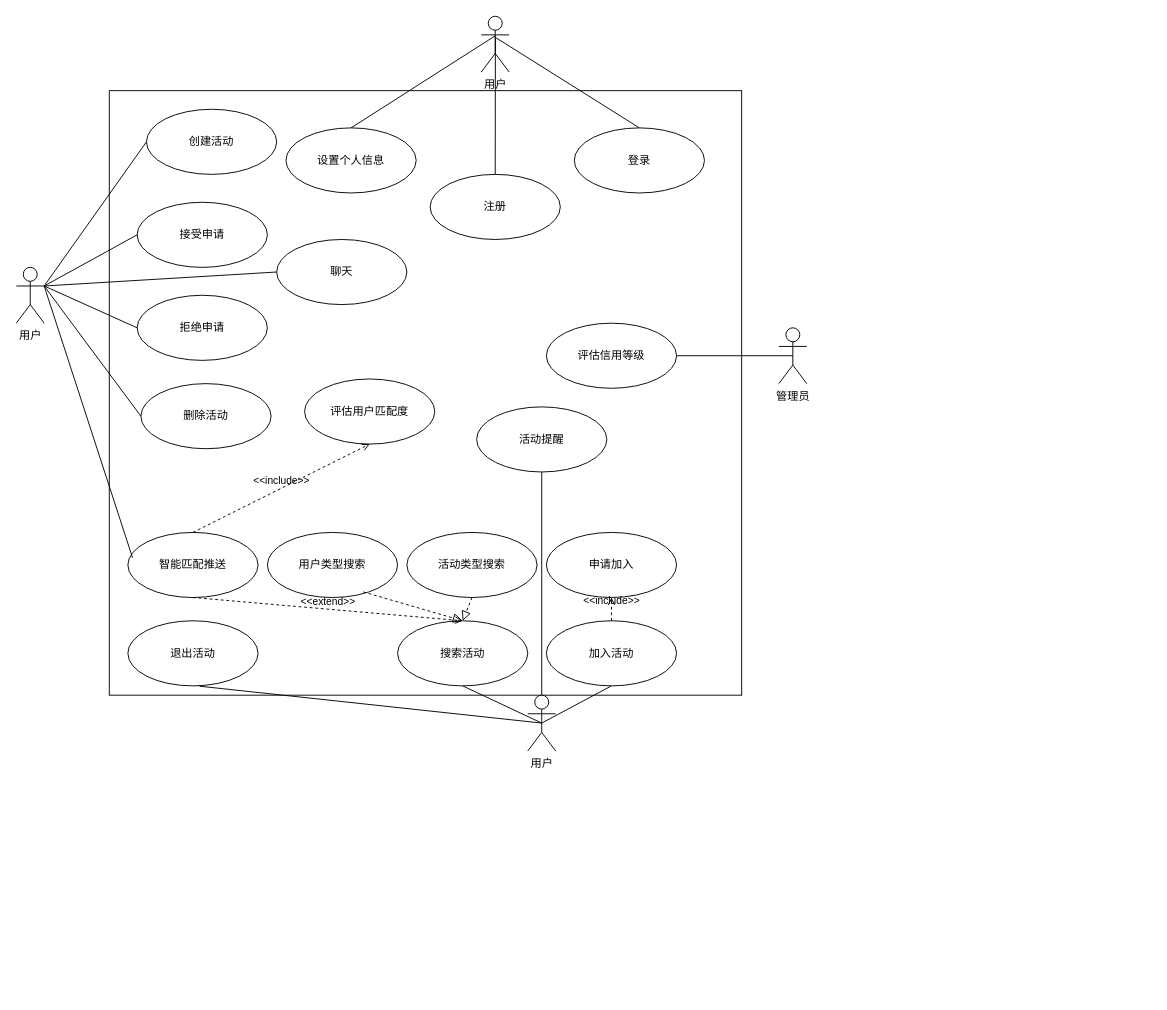
Above: docs/Soda_usecase.drawio in Yishanka/Soda (draw.io), before the change. Source tidied: cells renumbered, new cells numbered last; positions are measured from the earlier drawing's top-left corner, leaving out a move shared by most shapes. Both pictures are drawn from the tidied source at 93%, with x=0, y=0 at pixel (16, 16).
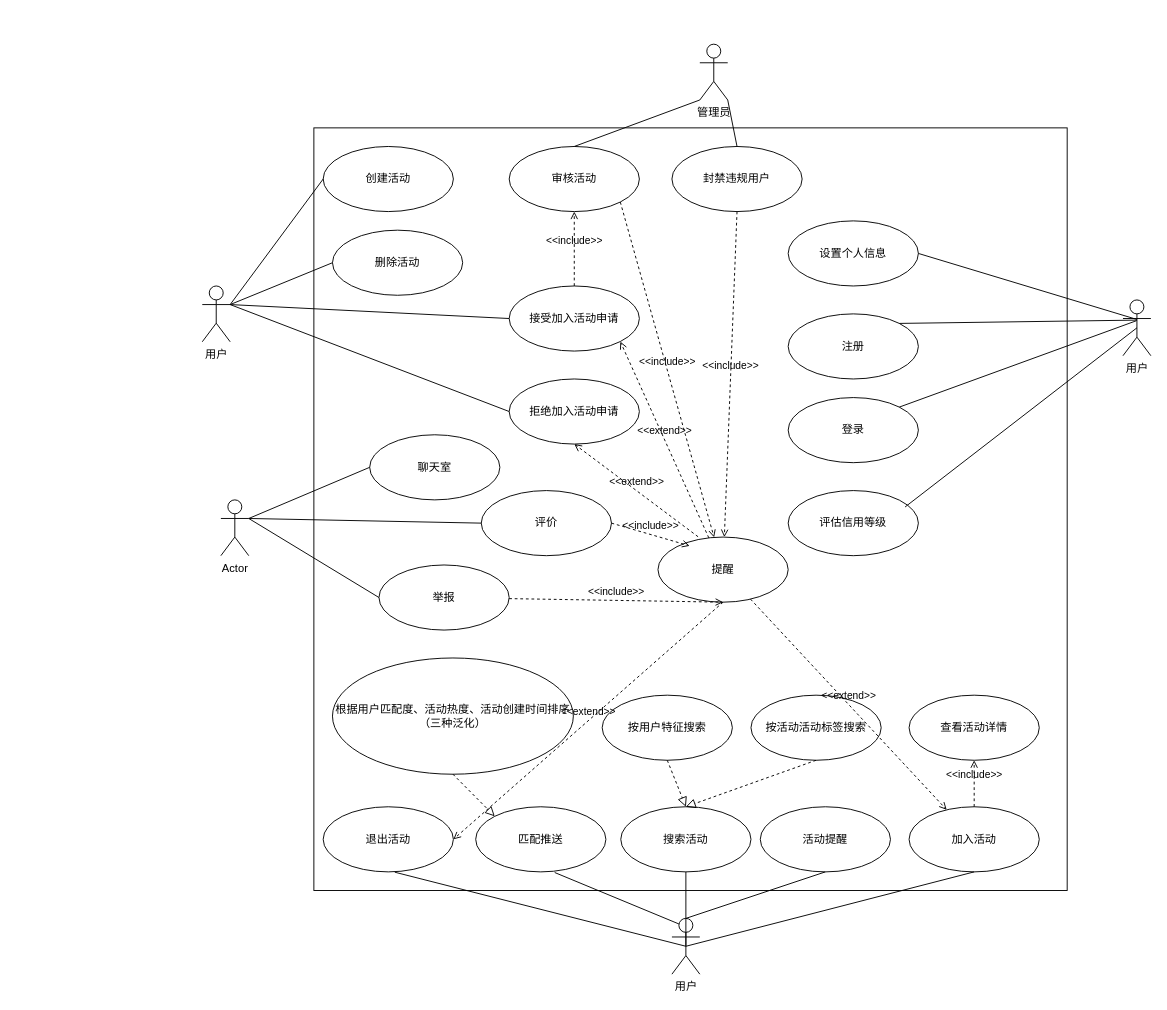
Above is the later version.

What changed in the source:
```diff
@@
     <mxCell id="2" style="html=1;whiteSpace=wrap;" parent="1" vertex="1">
-      <mxGeometry x="100" y="80" width="680" height="650" as="geometry" />
+      <mxGeometry x="320" y="120" width="810" height="820" as="geometry" />
     </mxCell>
     <mxCell id="3" value="用户" style="shape=umlActor;verticalLabelPosition=bottom;verticalAlign=top;html=1;" parent="1" vertex="1">
-      <mxGeometry x="500" width="30" height="60" as="geometry" />
+      <mxGeometry x="1190" y="305" width="30" height="60" as="geometry" />
     </mxCell>
     <mxCell id="4" value="登录" style="ellipse;whiteSpace=wrap;html=1;" parent="1" vertex="1">
-      <mxGeometry x="600" y="120" width="140" height="70" as="geometry" />
+      <mxGeometry x="830" y="410" width="140" height="70" as="geometry" />
     </mxCell>
     <mxCell id="5" value="加入活动" style="ellipse;whiteSpace=wrap;html=1;" parent="1" vertex="1">
-      <mxGeometry x="570" y="650" width="140" height="70" as="geometry" />
+      <mxGeometry x="960" y="850" width="140" height="70" as="geometry" />
     </mxCell>
     <mxCell id="6" value="创建活动" style="ellipse;whiteSpace=wrap;html=1;" parent="1" vertex="1">
-      <mxGeometry x="140" y="100" width="140" height="70" as="geometry" />
+      <mxGeometry x="330" y="140" width="140" height="70" as="geometry" />
     </mxCell>
     <mxCell id="7" value="评估信用等级" style="ellipse;whiteSpace=wrap;html=1;" parent="1" vertex="1">
-      <mxGeometry x="570" y="330" width="140" height="70" as="geometry" />
+      <mxGeometry x="830" y="510" width="140" height="70" as="geometry" />
     </mxCell>
-    <mxCell id="8" value="聊天" style="ellipse;whiteSpace=wrap;html=1;" parent="1" vertex="1">
-      <mxGeometry x="280" y="240" width="140" height="70" as="geometry" />
+    <mxCell id="8" value="聊天室" style="ellipse;whiteSpace=wrap;html=1;" parent="1" vertex="1">
+      <mxGeometry x="380" y="450" width="140" height="70" as="geometry" />
     </mxCell>
-    <mxCell id="9" value="评估用户匹配度" style="ellipse;whiteSpace=wrap;html=1;" parent="1" vertex="1">
-      <mxGeometry x="310" y="390" width="140" height="70" as="geometry" />
+    <mxCell id="9" value="根据用户匹配度、活动热度、活动创建时间排序&lt;div&gt;（三种泛化）&lt;/div&gt;" style="ellipse;whiteSpace=wrap;html=1;" parent="1" vertex="1">
+      <mxGeometry x="340" y="690" width="259" height="125" as="geometry" />
     </mxCell>
-    <mxCell id="10" value="活动类型搜索" style="ellipse;whiteSpace=wrap;html=1;" parent="1" vertex="1">
-      <mxGeometry x="420" y="555" width="140" height="70" as="geometry" />
+    <mxCell id="10" value="按活动活动标签搜索" style="ellipse;whiteSpace=wrap;html=1;" parent="1" vertex="1">
+      <mxGeometry x="790" y="730" width="140" height="70" as="geometry" />
     </mxCell>
-    <mxCell id="11" value="智能匹配推送" style="ellipse;whiteSpace=wrap;html=1;" parent="1" vertex="1">
-      <mxGeometry x="120" y="555" width="140" height="70" as="geometry" />
+    <mxCell id="11" value="匹配推送" style="ellipse;whiteSpace=wrap;html=1;" parent="1" vertex="1">
+      <mxGeometry x="494" y="850" width="140" height="70" as="geometry" />
     </mxCell>
     <mxCell id="12" value="活动提醒" style="ellipse;whiteSpace=wrap;html=1;" parent="1" vertex="1">
-      <mxGeometry x="495" y="420" width="140" height="70" as="geometry" />
+      <mxGeometry x="800" y="850" width="140" height="70" as="geometry" />
     </mxCell>
-    <mxCell id="13" value="用户类型搜索" style="ellipse;whiteSpace=wrap;html=1;" parent="1" vertex="1">
-      <mxGeometry x="270" y="555" width="140" height="70" as="geometry" />
+    <mxCell id="13" value="按用户特征搜索" style="ellipse;whiteSpace=wrap;html=1;" parent="1" vertex="1">
+      <mxGeometry x="630" y="730" width="140" height="70" as="geometry" />
     </mxCell>
     <mxCell id="14" value="注册" style="ellipse;whiteSpace=wrap;html=1;" parent="1" vertex="1">
-      <mxGeometry x="445" y="170" width="140" height="70" as="geometry" />
+      <mxGeometry x="830" y="320" width="140" height="70" as="geometry" />
     </mxCell>
     <mxCell id="15" value="设置个人信息" style="ellipse;whiteSpace=wrap;html=1;" parent="1" vertex="1">
-      <mxGeometry x="290" y="120" width="140" height="70" as="geometry" />
+      <mxGeometry x="830" y="220" width="140" height="70" as="geometry" />
     </mxCell>
-    <mxCell id="16" value="申请加入" style="ellipse;whiteSpace=wrap;html=1;" parent="1" vertex="1">
-      <mxGeometry x="570" y="555" width="140" height="70" as="geometry" />
-    </mxCell>
     <mxCell id="17" value="用户" style="shape=umlActor;verticalLabelPosition=bottom;verticalAlign=top;html=1;" parent="1" vertex="1">
-      <mxGeometry x="550" y="730" width="30" height="60" as="geometry" />
+      <mxGeometry x="705" y="970" width="30" height="60" as="geometry" />
     </mxCell>
-    <mxCell id="18" style="endArrow=none;html=1;rounded=0;entryX=0.486;entryY=0.372;entryDx=0;entryDy=0;entryPerimeter=0;exitX=0.5;exitY=0;exitDx=0;exitDy=0;" parent="1" edge="1" source="4" target="3">
+    <mxCell id="18" style="endArrow=none;html=1;rounded=0;entryX=0.486;entryY=0.372;entryDx=0;entryDy=0;entryPerimeter=0;exitX=1;exitY=0;exitDx=0;exitDy=0;" parent="1" edge="1" source="4" target="3">
       <mxGeometry relative="1" as="geometry" />
     </mxCell>
-    <mxCell id="19" style="endArrow=none;html=1;rounded=0;exitX=0.5;exitY=0;exitDx=0;exitDy=0;entryX=0.506;entryY=0.362;entryDx=0;entryDy=0;entryPerimeter=0;" parent="1" edge="1" source="14" target="3">
+    <mxCell id="19" style="endArrow=none;html=1;rounded=0;exitX=1;exitY=0;exitDx=0;exitDy=0;entryX=0.506;entryY=0.362;entryDx=0;entryDy=0;entryPerimeter=0;" parent="1" edge="1" source="14" target="3">
       <mxGeometry relative="1" as="geometry" />
     </mxCell>
     <mxCell id="20" value="搜索活动" style="ellipse;whiteSpace=wrap;html=1;" parent="1" vertex="1">
-      <mxGeometry x="410" y="650" width="140" height="70" as="geometry" />
+      <mxGeometry x="650" y="850" width="140" height="70" as="geometry" />
     </mxCell>
-    <mxCell id="21" value="&amp;lt;&amp;lt;include&amp;gt;&amp;gt;" style="html=1;verticalAlign=bottom;labelBackgroundColor=none;endArrow=open;endFill=0;dashed=1;rounded=0;entryX=0.5;entryY=1;entryDx=0;entryDy=0;exitX=0.5;exitY=0;exitDx=0;exitDy=0;" parent="1" edge="1" source="5" target="16">
-      <mxGeometry relative="1" as="geometry" />
-    </mxCell>
-    <mxCell id="22" value="&amp;lt;&amp;lt;extend&amp;gt;&amp;gt;" style="html=1;verticalAlign=bottom;labelBackgroundColor=none;endArrow=open;endFill=0;dashed=1;rounded=0;exitX=0.5;exitY=1;exitDx=0;exitDy=0;entryX=0.5;entryY=0;entryDx=0;entryDy=0;" parent="1" edge="1" source="11" target="20">
-      <mxGeometry relative="1" as="geometry" />
-    </mxCell>
-    <mxCell id="23" value="&amp;lt;&amp;lt;include&amp;gt;&amp;gt;" style="html=1;verticalAlign=bottom;labelBackgroundColor=none;endArrow=open;endFill=0;dashed=1;rounded=0;entryX=0.5;entryY=1;entryDx=0;entryDy=0;exitX=0.5;exitY=0;exitDx=0;exitDy=0;" parent="1" edge="1" source="11" target="9">
-      <mxGeometry relative="1" as="geometry" />
-    </mxCell>
@@
     <mxCell id="25" value="退出活动" style="ellipse;whiteSpace=wrap;html=1;" parent="1" vertex="1">
-      <mxGeometry x="120" y="650" width="140" height="70" as="geometry" />
+      <mxGeometry x="330" y="850" width="140" height="70" as="geometry" />
     </mxCell>
-    <mxCell id="26" value="接受申请" style="ellipse;whiteSpace=wrap;html=1;" parent="1" vertex="1">
-      <mxGeometry x="130" y="200" width="140" height="70" as="geometry" />
+    <mxCell id="26" value="接受加入活动申请" style="ellipse;whiteSpace=wrap;html=1;" parent="1" vertex="1">
+      <mxGeometry x="530" y="290" width="140" height="70" as="geometry" />
     </mxCell>
-    <mxCell id="27" value="拒绝申请" style="ellipse;whiteSpace=wrap;html=1;" parent="1" vertex="1">
-      <mxGeometry x="130" y="300" width="140" height="70" as="geometry" />
+    <mxCell id="27" value="拒绝加入活动申请" style="ellipse;whiteSpace=wrap;html=1;" parent="1" vertex="1">
+      <mxGeometry x="530" y="390" width="140" height="70" as="geometry" />
     </mxCell>
@@
     <mxCell id="30" value="用户" style="shape=umlActor;verticalLabelPosition=bottom;verticalAlign=top;html=1;" parent="1" vertex="1">
-      <mxGeometry y="270" width="30" height="60" as="geometry" />
+      <mxGeometry x="200" y="290" width="30" height="60" as="geometry" />
     </mxCell>
-    <mxCell id="31" value="管理员" style="shape=umlActor;verticalLabelPosition=bottom;verticalAlign=top;html=1;outlineConnect=0;" parent="1" vertex="1">
-      <mxGeometry x="820" y="335" width="30" height="60" as="geometry" />
-    </mxCell>
-    <mxCell id="32" style="endArrow=none;html=1;rounded=0;entryX=1;entryY=0.3333333333333333;entryDx=0;entryDy=0;entryPerimeter=0;exitX=0;exitY=0.5;exitDx=0;exitDy=0;" parent="1" edge="1" source="8" target="30">
+    <mxCell id="32" style="endArrow=none;html=1;rounded=0;exitX=0;exitY=0.5;exitDx=0;exitDy=0;entryX=1;entryY=0.3333333333333333;entryDx=0;entryDy=0;entryPerimeter=0;" parent="1" edge="1" source="8" target="51">
       <mxGeometry relative="1" as="geometry" />
     </mxCell>
@@
-    <mxCell id="37" style="endArrow=none;html=1;rounded=0;entryX=0.5;entryY=0.5;entryDx=0;entryDy=0;entryPerimeter=0;exitX=1;exitY=0.5;exitDx=0;exitDy=0;" parent="1" edge="1" source="7" target="31">
+    <mxCell id="37" style="endArrow=none;html=1;rounded=0;exitX=0.898;exitY=0.252;exitDx=0;exitDy=0;exitPerimeter=0;entryX=0.5;entryY=0.5;entryDx=0;entryDy=0;entryPerimeter=0;" parent="1" edge="1" source="7" target="3">
       <mxGeometry relative="1" as="geometry" />
     </mxCell>
-    <mxCell id="38" style="endArrow=none;html=1;rounded=0;entryX=0.5;entryY=0.35;entryDx=0;entryDy=0;entryPerimeter=0;exitX=0.5;exitY=0;exitDx=0;exitDy=0;" parent="1" edge="1" source="15" target="3">
+    <mxCell id="38" style="endArrow=none;html=1;rounded=0;entryX=0.5;entryY=0.35;entryDx=0;entryDy=0;entryPerimeter=0;exitX=1;exitY=0.5;exitDx=0;exitDy=0;" parent="1" edge="1" source="15" target="3">
       <mxGeometry relative="1" as="geometry" />
     </mxCell>
     <mxCell id="39" value="删除活动" style="ellipse;whiteSpace=wrap;html=1;" parent="1" vertex="1">
-      <mxGeometry x="134" y="395" width="140" height="70" as="geometry" />
+      <mxGeometry x="340" y="230" width="140" height="70" as="geometry" />
     </mxCell>
@@
-    <mxCell id="41" style="endArrow=block;startArrow=none;endFill=0;startFill=0;endSize=8;html=1;verticalAlign=bottom;dashed=1;labelBackgroundColor=none;rounded=0;entryX=0.5;entryY=0;entryDx=0;entryDy=0;exitX=0.736;exitY=0.914;exitDx=0;exitDy=0;exitPerimeter=0;" parent="1" edge="1" source="13" target="20">
+    <mxCell id="41" style="endArrow=block;startArrow=none;endFill=0;startFill=0;endSize=8;html=1;verticalAlign=bottom;dashed=1;labelBackgroundColor=none;rounded=0;entryX=0.5;entryY=0;entryDx=0;entryDy=0;exitX=0.5;exitY=1;exitDx=0;exitDy=0;" parent="1" edge="1" source="13" target="20">
       <mxGeometry relative="1" as="geometry" />
     </mxCell>
@@
-    <mxCell id="43" style="endArrow=none;html=1;rounded=0;exitX=0.036;exitY=0.39;exitDx=0;exitDy=0;exitPerimeter=0;entryX=1;entryY=0.3333333333333333;entryDx=0;entryDy=0;entryPerimeter=0;" parent="1" edge="1" source="11" target="30">
-      <mxGeometry relative="1" as="geometry" />
-    </mxCell>
+    <mxCell id="44" style="endArrow=none;html=1;rounded=0;entryX=0.607;entryY=1.01;entryDx=0;entryDy=0;entryPerimeter=0;exitX=0.25;exitY=0.1;exitDx=0;exitDy=0;exitPerimeter=0;" parent="1" edge="1" source="17" target="11">
+      <mxGeometry relative="1" as="geometry" />
+    </mxCell>
+    <mxCell id="45" value="查看活动详情" style="ellipse;whiteSpace=wrap;html=1;" parent="1" vertex="1">
+      <mxGeometry x="960" y="730" width="140" height="70" as="geometry" />
+    </mxCell>
+    <mxCell id="46" style="endArrow=block;startArrow=none;endFill=0;startFill=0;endSize=8;html=1;verticalAlign=bottom;dashed=1;labelBackgroundColor=none;rounded=0;entryX=0;entryY=0;entryDx=0;entryDy=0;exitX=0.5;exitY=1;exitDx=0;exitDy=0;" parent="1" edge="1" source="9" target="11">
+      <mxGeometry relative="1" as="geometry" />
+    </mxCell>
+    <mxCell id="31" value="管理员" style="shape=umlActor;verticalLabelPosition=bottom;verticalAlign=top;html=1;" parent="1" vertex="1">
+      <mxGeometry x="735" y="30" width="30" height="60" as="geometry" />
+    </mxCell>
+    <mxCell id="47" value="审核活动" style="ellipse;whiteSpace=wrap;html=1;" parent="1" vertex="1">
+      <mxGeometry x="530" y="140" width="140" height="70" as="geometry" />
+    </mxCell>
+    <mxCell id="48" value="封禁违规用户" style="ellipse;whiteSpace=wrap;html=1;" parent="1" vertex="1">
+      <mxGeometry x="705" y="140" width="140" height="70" as="geometry" />
+    </mxCell>
+    <mxCell id="49" style="endArrow=none;html=1;rounded=0;entryX=0;entryY=1;entryDx=0;entryDy=0;entryPerimeter=0;exitX=0.5;exitY=0;exitDx=0;exitDy=0;" parent="1" edge="1" source="47" target="31">
+      <mxGeometry relative="1" as="geometry" />
+    </mxCell>
+    <mxCell id="50" style="endArrow=none;html=1;rounded=0;entryX=1;entryY=1;entryDx=0;entryDy=0;entryPerimeter=0;exitX=0.5;exitY=0;exitDx=0;exitDy=0;" parent="1" edge="1" source="48" target="31">
+      <mxGeometry relative="1" as="geometry" />
+    </mxCell>
+    <mxCell id="51" value="Actor" style="shape=umlActor;verticalLabelPosition=bottom;verticalAlign=top;html=1;" parent="1" vertex="1">
+      <mxGeometry x="220" y="520" width="30" height="60" as="geometry" />
+    </mxCell>
+    <mxCell id="52" value="评价" style="ellipse;whiteSpace=wrap;html=1;" parent="1" vertex="1">
+      <mxGeometry x="500" y="510" width="140" height="70" as="geometry" />
+    </mxCell>
+    <mxCell id="53" value="举报" style="ellipse;whiteSpace=wrap;html=1;" parent="1" vertex="1">
+      <mxGeometry x="390" y="590" width="140" height="70" as="geometry" />
+    </mxCell>
+    <mxCell id="54" style="endArrow=none;html=1;rounded=0;entryX=1;entryY=0.3333333333333333;entryDx=0;entryDy=0;entryPerimeter=0;exitX=0;exitY=0.5;exitDx=0;exitDy=0;" parent="1" edge="1" source="52" target="51">
+      <mxGeometry relative="1" as="geometry" />
+    </mxCell>
+    <mxCell id="55" style="endArrow=none;html=1;rounded=0;entryX=1;entryY=0.3333333333333333;entryDx=0;entryDy=0;entryPerimeter=0;exitX=0;exitY=0.5;exitDx=0;exitDy=0;" parent="1" edge="1" source="53" target="51">
+      <mxGeometry relative="1" as="geometry" />
+    </mxCell>
+    <mxCell id="56" value="&amp;lt;&amp;lt;include&amp;gt;&amp;gt;" style="html=1;verticalAlign=bottom;labelBackgroundColor=none;endArrow=open;endFill=0;dashed=1;rounded=0;entryX=0.5;entryY=1;entryDx=0;entryDy=0;exitX=0.5;exitY=0;exitDx=0;exitDy=0;" parent="1" edge="1" source="26" target="47">
+      <mxGeometry relative="1" as="geometry" />
+    </mxCell>
+    <mxCell id="57" value="&amp;lt;&amp;lt;include&amp;gt;&amp;gt;" style="html=1;verticalAlign=bottom;labelBackgroundColor=none;endArrow=open;endFill=0;dashed=1;rounded=0;entryX=0.5;entryY=1;entryDx=0;entryDy=0;exitX=0.5;exitY=0;exitDx=0;exitDy=0;" parent="1" edge="1" source="5" target="45">
+      <mxGeometry relative="1" as="geometry" />
+    </mxCell>
+    <mxCell id="58" value="提醒" style="ellipse;whiteSpace=wrap;html=1;" parent="1" vertex="1">
+      <mxGeometry x="690" y="560" width="140" height="70" as="geometry" />
+    </mxCell>
+    <mxCell id="59" value="&amp;lt;&amp;lt;extend&amp;gt;&amp;gt;" style="html=1;verticalAlign=bottom;labelBackgroundColor=none;endArrow=open;endFill=0;dashed=1;rounded=0;entryX=1;entryY=1;entryDx=0;entryDy=0;" parent="1" edge="1" source="58" target="26">
+      <mxGeometry relative="1" as="geometry" />
+    </mxCell>
+    <mxCell id="60" value="&amp;lt;&amp;lt;extend&amp;gt;&amp;gt;" style="html=1;verticalAlign=bottom;labelBackgroundColor=none;endArrow=open;endFill=0;dashed=1;rounded=0;" parent="1" edge="1" source="58" target="5">
+      <mxGeometry relative="1" as="geometry" />
+    </mxCell>
+    <mxCell id="61" value="&amp;lt;&amp;lt;include&amp;gt;&amp;gt;" style="html=1;verticalAlign=bottom;labelBackgroundColor=none;endArrow=open;endFill=0;dashed=1;rounded=0;entryX=0.244;entryY=0.135;entryDx=0;entryDy=0;exitX=1;exitY=0.5;exitDx=0;exitDy=0;entryPerimeter=0;" parent="1" edge="1" source="52" target="58">
+      <mxGeometry relative="1" as="geometry" />
+    </mxCell>
+    <mxCell id="62" value="&amp;lt;&amp;lt;include&amp;gt;&amp;gt;" style="html=1;verticalAlign=bottom;labelBackgroundColor=none;endArrow=open;endFill=0;dashed=1;rounded=0;entryX=0.5;entryY=1;entryDx=0;entryDy=0;" parent="1" edge="1" source="53" target="58">
+      <mxGeometry relative="1" as="geometry" />
+    </mxCell>
+    <mxCell id="63" value="&amp;lt;&amp;lt;include&amp;gt;&amp;gt;" style="html=1;verticalAlign=bottom;labelBackgroundColor=none;endArrow=open;endFill=0;dashed=1;rounded=0;exitX=0.5;exitY=1;exitDx=0;exitDy=0;" parent="1" edge="1" source="48" target="58">
+      <mxGeometry relative="1" as="geometry" />
+    </mxCell>
+    <mxCell id="64" value="&amp;lt;&amp;lt;include&amp;gt;&amp;gt;" style="html=1;verticalAlign=bottom;labelBackgroundColor=none;endArrow=open;endFill=0;dashed=1;rounded=0;exitX=1;exitY=1;exitDx=0;exitDy=0;" parent="1" edge="1" source="47" target="58">
+      <mxGeometry relative="1" as="geometry" />
+    </mxCell>
+    <mxCell id="65" value="&amp;lt;&amp;lt;extend&amp;gt;&amp;gt;" style="html=1;verticalAlign=bottom;labelBackgroundColor=none;endArrow=open;endFill=0;dashed=1;rounded=0;entryX=0.5;entryY=1;entryDx=0;entryDy=0;exitX=0.308;exitY=-0.005;exitDx=0;exitDy=0;exitPerimeter=0;" parent="1" edge="1" source="58" target="27">
+      <mxGeometry relative="1" as="geometry" />
+    </mxCell>
+    <mxCell id="66" value="&amp;lt;&amp;lt;extend&amp;gt;&amp;gt;" style="html=1;verticalAlign=bottom;labelBackgroundColor=none;endArrow=open;endFill=0;dashed=1;rounded=0;exitX=0.5;exitY=1;exitDx=0;exitDy=0;entryX=1;entryY=0.5;entryDx=0;entryDy=0;" parent="1" edge="1" source="58" target="25">
+      <mxGeometry relative="1" as="geometry" />
+    </mxCell>
```
